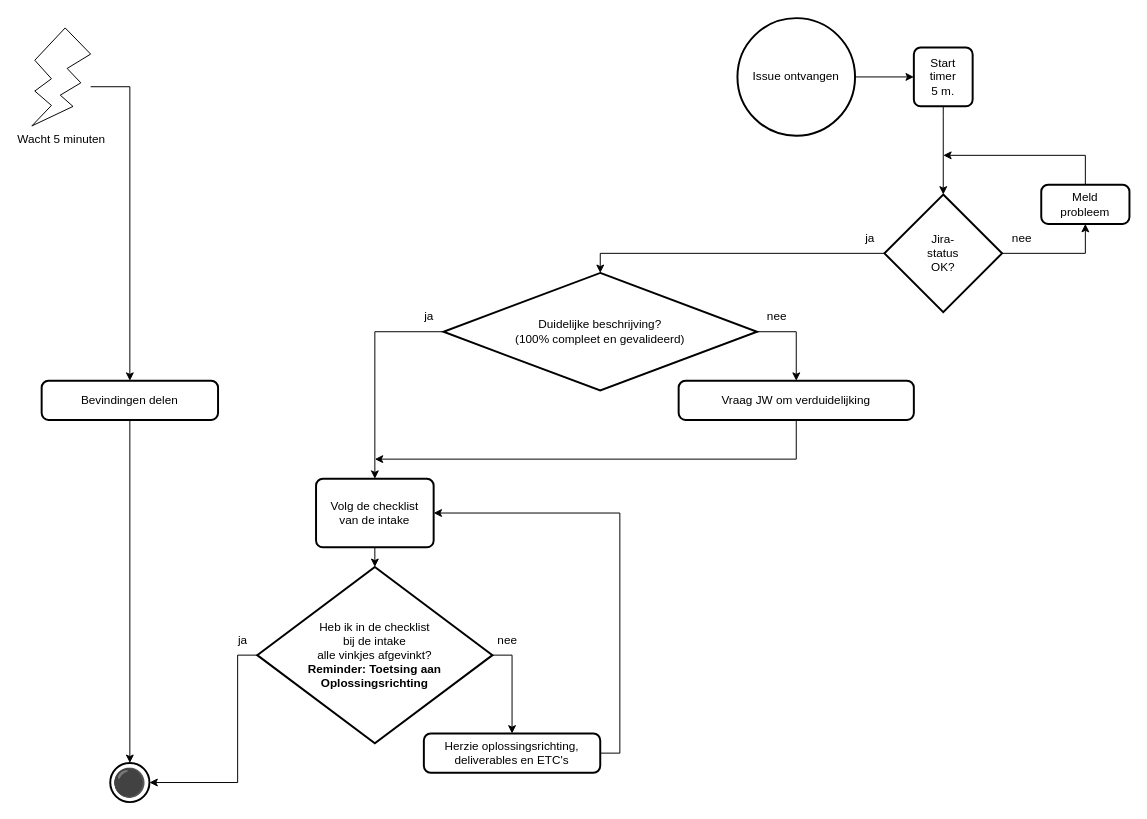
The draw.io diagram 1 Issue Tracker intake.drawio in Zaibatsu89/IssueTracker, before the edit. Source tidied: cells renumbered, new cells numbered last; positions are measured from the earlier drawing's top-left corner, leaving out a move shared by most shapes. Both pictures are drawn from the tidied source at 98%, with x=0, y=0 at pixel (31, 18).
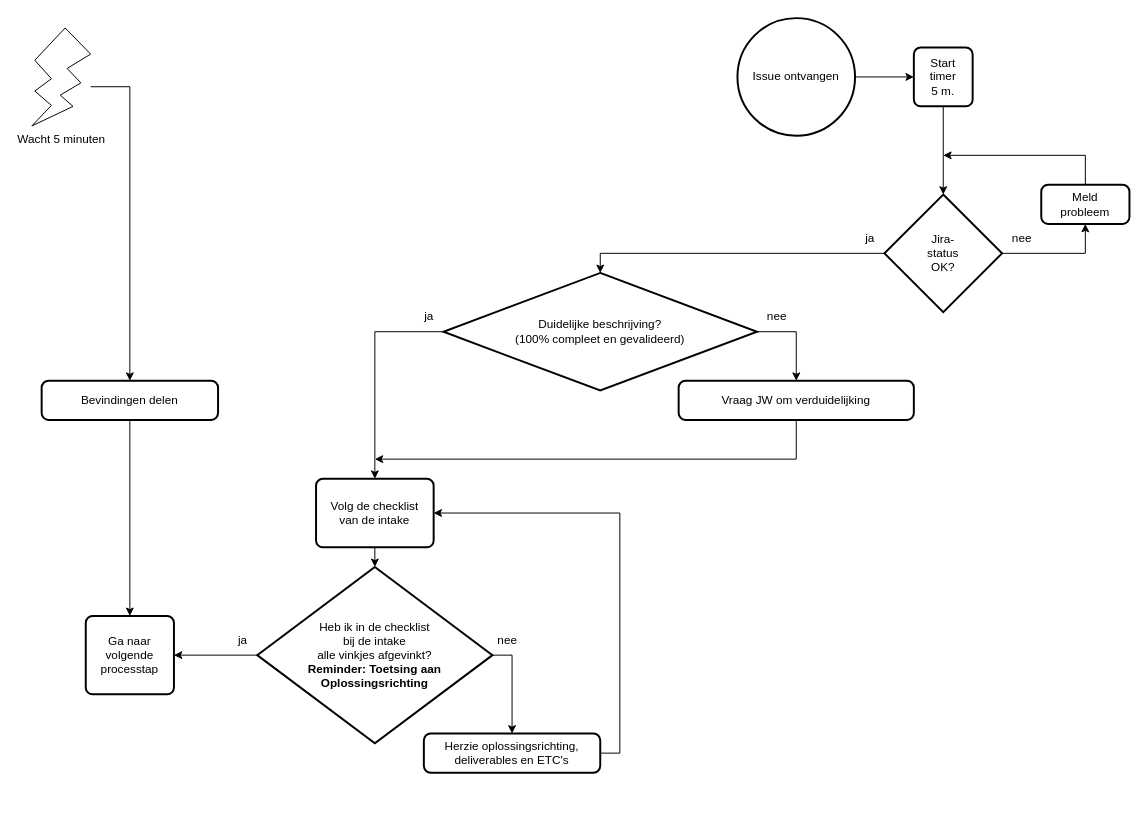
The same diagram, later.

Commit message (it also covers changes not shown here):
Vervang zwarte bolletje door "Ga naar volgende processtap" in flowcharts

Unchanged cells that the change refers to:
```xml
<mxCell id="12" value="Bevindingen delen" style="rounded=1;whiteSpace=wrap;html=1;absoluteArcSize=1;arcSize=14;strokeWidth=2;" parent="1" vertex="1">
  <mxGeometry x="10" y="370" width="180" height="40" as="geometry" />
</mxCell>
<mxCell id="20" value="Heb ik in de checklist&lt;br&gt;bij de intake&lt;br&gt;alle vinkjes afgevinkt?&lt;br&gt;&lt;b&gt;Reminder: Toetsing aan Oplossingsrichting&lt;/b&gt;" style="strokeWidth=2;html=1;shape=mxgraph.flowchart.decision;whiteSpace=wrap;" parent="1" vertex="1">
  <mxGeometry x="230" y="560" width="240" height="180" as="geometry" />
</mxCell>
```

Change to the diagram source:
```diff
@@
-    <mxCell id="11" value="⚫" style="strokeWidth=2;html=1;shape=mxgraph.flowchart.start_2;whiteSpace=wrap;fillStyle=solid;fillColor=none;perimeterSpacing=0;shadow=0;gradientColor=none;gradientDirection=north;fontSize=28;" parent="1" vertex="1">
-      <mxGeometry x="80" y="760" width="40" height="40" as="geometry" />
-    </mxCell>
@@
-    <mxCell id="17" style="edgeStyle=orthogonalEdgeStyle;rounded=0;jettySize=auto;html=1;entryX=0.5;entryY=0;entryDx=0;entryDy=0;entryPerimeter=0;exitX=0.5;exitY=1;exitDx=0;exitDy=0;" parent="1" edge="1" source="12" target="11">
+    <mxCell id="17" style="edgeStyle=orthogonalEdgeStyle;rounded=0;jettySize=auto;html=1;exitX=0.5;exitY=1;exitDx=0;exitDy=0;entryX=0.5;entryY=0;entryDx=0;entryDy=0;" parent="1" edge="1" source="12" target="35">
       <mxGeometry relative="1" as="geometry" />
     </mxCell>
-    <mxCell id="18" style="edgeStyle=orthogonalEdgeStyle;rounded=0;jettySize=auto;html=1;exitX=0;exitY=0.5;exitDx=0;exitDy=0;exitPerimeter=0;entryX=1;entryY=0.5;entryDx=0;entryDy=0;entryPerimeter=0;" parent="1" edge="1" source="20" target="11">
-      <mxGeometry relative="1" as="geometry">
-        <Array as="points">
-          <mxPoint x="210" y="650" />
-          <mxPoint x="210" y="780" />
-        </Array>
-      </mxGeometry>
+    <mxCell id="18" style="edgeStyle=orthogonalEdgeStyle;rounded=0;jettySize=auto;html=1;exitX=0;exitY=0.5;exitDx=0;exitDy=0;exitPerimeter=0;entryX=1;entryY=0.5;entryDx=0;entryDy=0;" parent="1" edge="1" source="20" target="35">
+      <mxGeometry relative="1" as="geometry" />
     </mxCell>
@@
+    <mxCell id="35" value="Ga naar&lt;br&gt;volgende&lt;br&gt;processtap" style="rounded=1;whiteSpace=wrap;html=1;absoluteArcSize=1;arcSize=14;strokeWidth=2;" parent="1" vertex="1">
+      <mxGeometry x="55" y="610" width="90" height="80" as="geometry" />
+    </mxCell>
```
